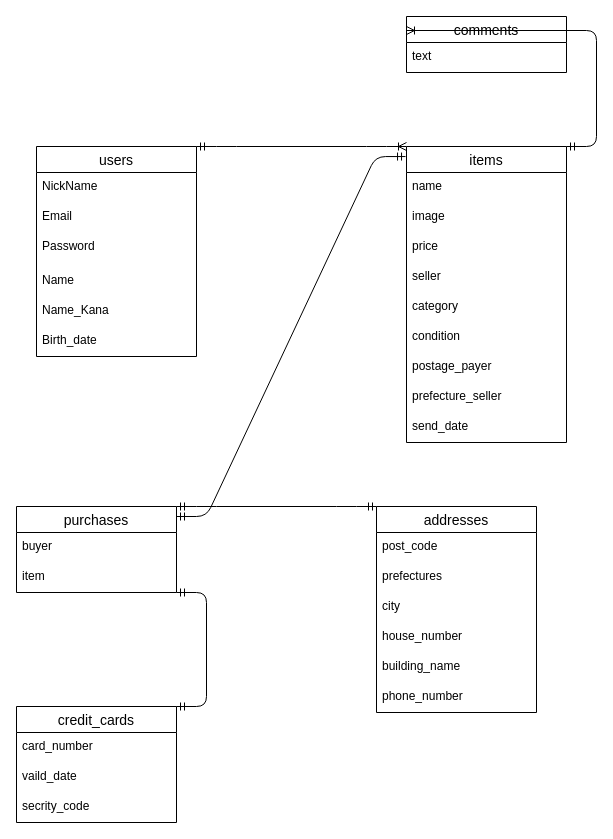
Before: ER.dio in ZYO-BAIKER/furima-28664, a draw.io diagram. Source tidied: cells renumbered, new cells numbered last; positions are measured from the earlier drawing's top-left corner, leaving out a move shared by most shapes. Both pictures are drawn from the tidied source at 100%, with x=0, y=0 at pixel (16, 16).
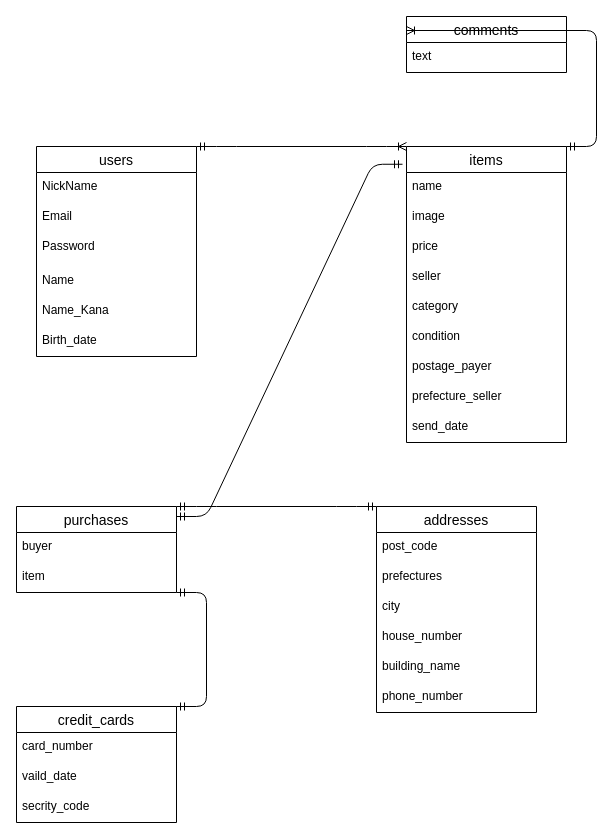
After the change.

Commit message (it also covers changes not shown here):
DB設計とER図の修正

Unchanged cells that the change refers to:
```xml
<mxCell id="10" value="items" style="swimlane;fontStyle=0;horizontal=1;startSize=26;align=center;fontSize=14;" parent="1" vertex="1">
  <mxGeometry x="390" y="130" width="160" height="296" as="geometry" />
</mxCell>
```

What changed in the source:
```diff
@@
-    <mxCell id="39" style="edgeStyle=entityRelationEdgeStyle;fontSize=12;html=1;endArrow=ERmandOne;startArrow=ERmandOne;entryX=-0.006;entryY=0.034;entryDx=0;entryDy=0;entryPerimeter=0;" parent="1" edge="1" target="10">
+    <mxCell id="39" style="edgeStyle=entityRelationEdgeStyle;fontSize=12;html=1;endArrow=ERmandOne;startArrow=ERmandOne;entryX=-0.025;entryY=0.06;entryDx=0;entryDy=0;entryPerimeter=0;" parent="1" edge="1" target="10">
       <mxGeometry relative="1" as="geometry">
         <mxPoint x="160" y="500" as="sourcePoint" />
       </mxGeometry>
     </mxCell>
```
